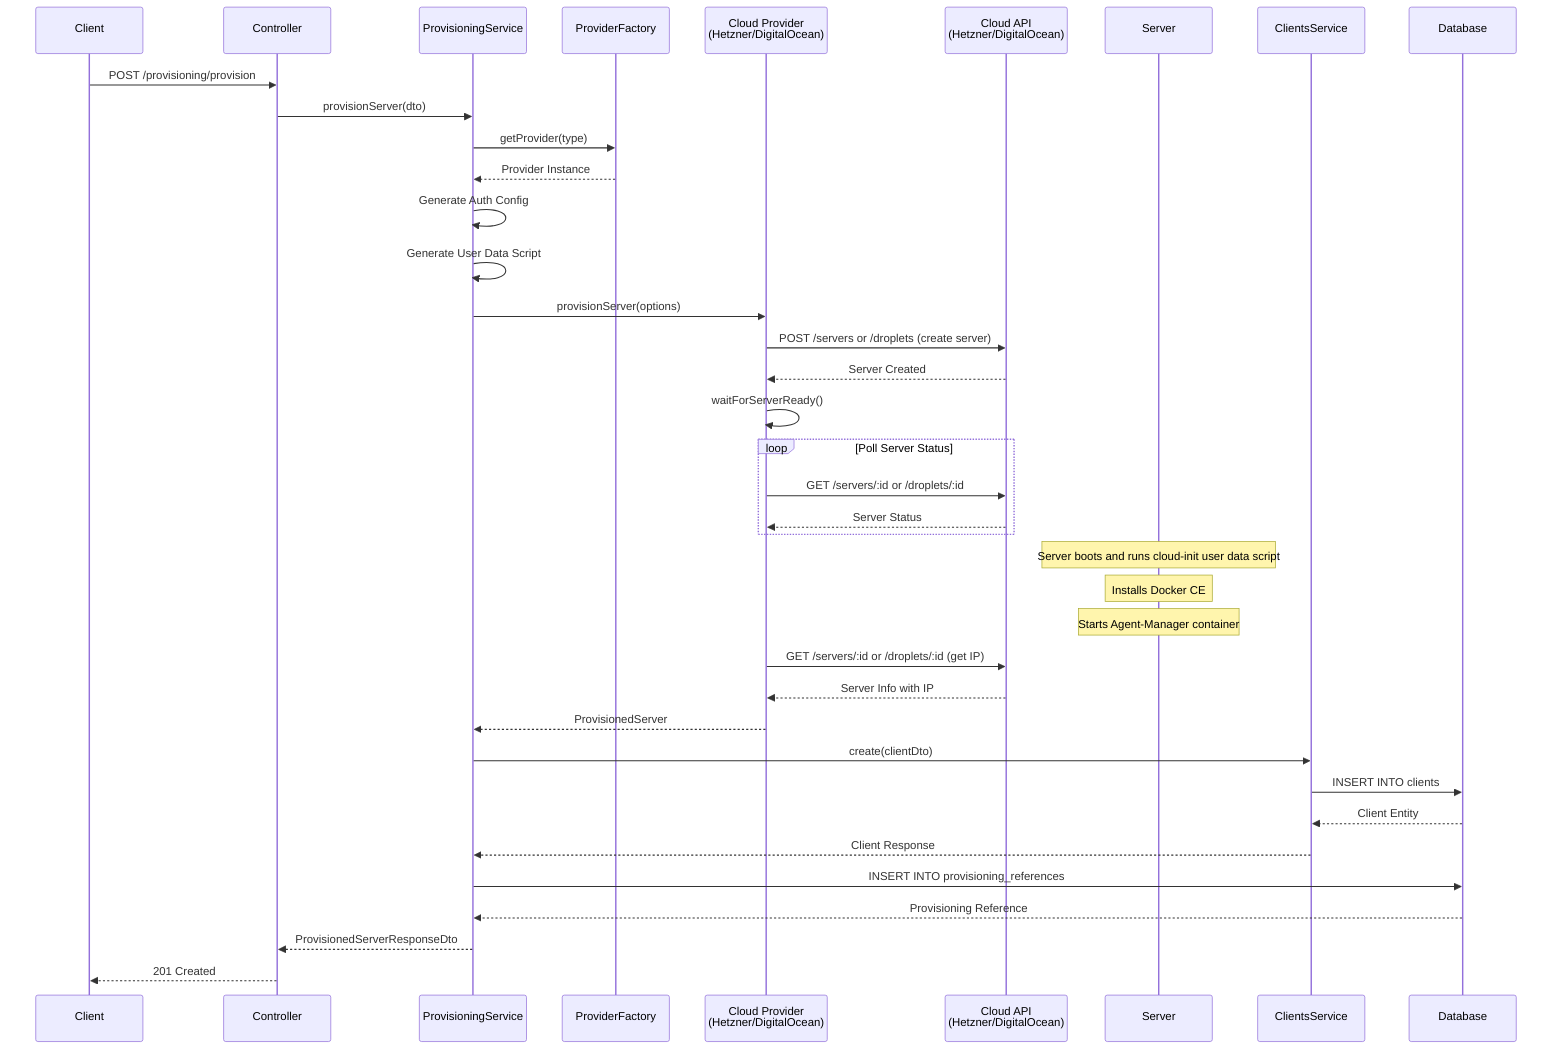
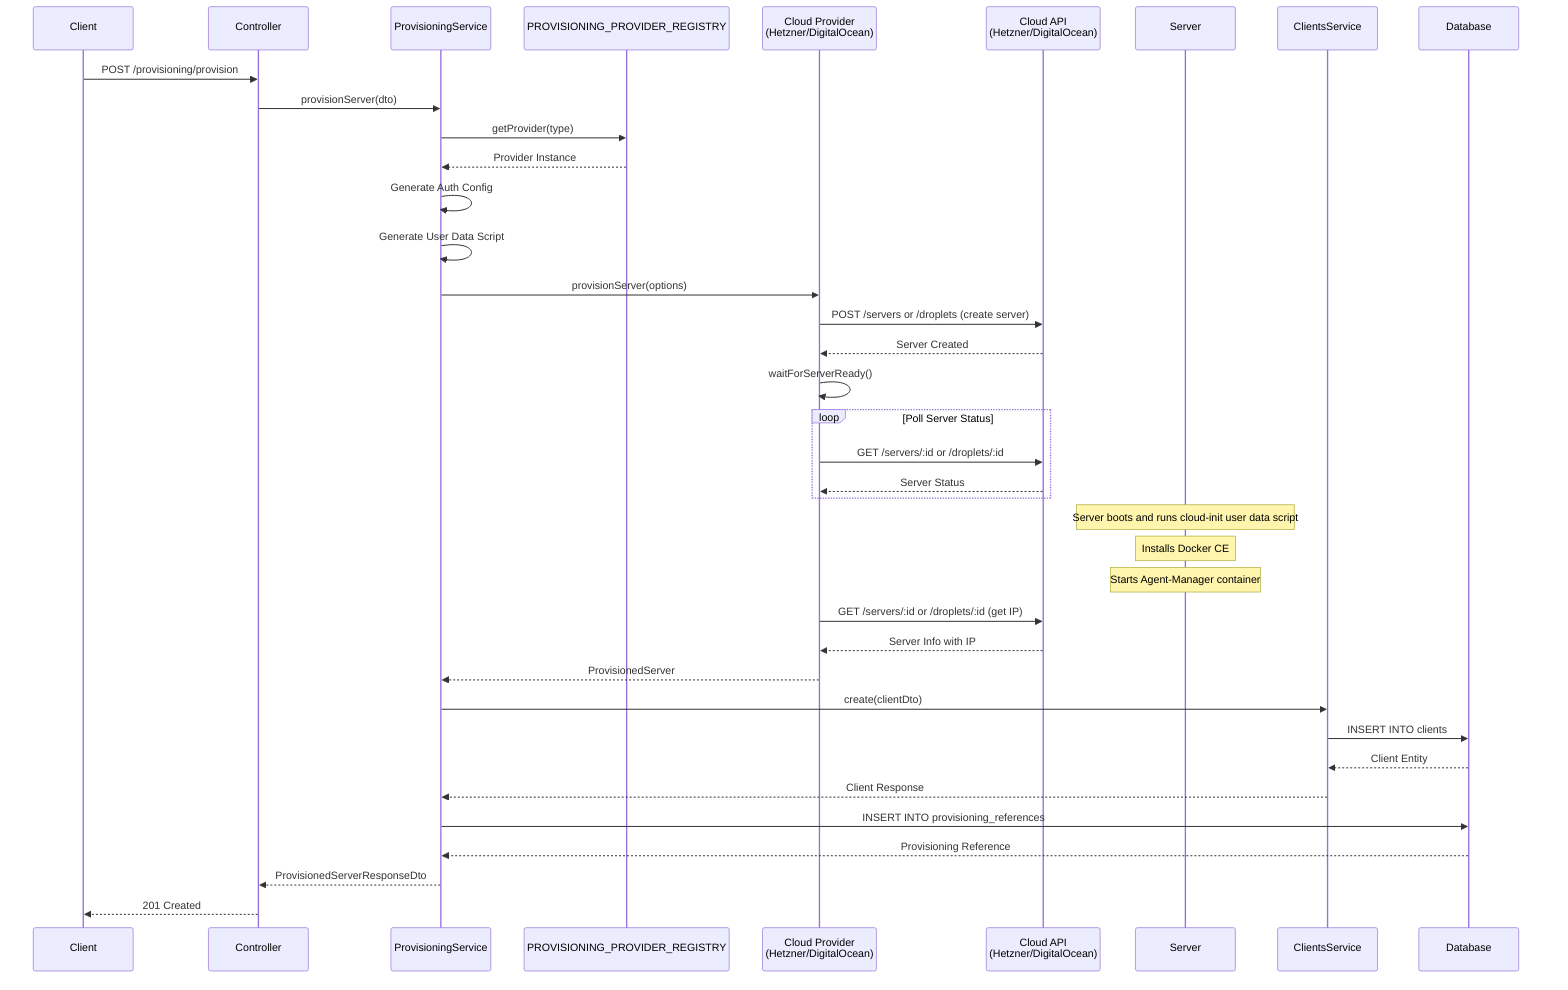
sequenceDiagram
    participant Client
    participant Controller
    participant ProvisioningService
-     participant ProviderFactory
+     participant Registry as PROVISIONING_PROVIDER_REGISTRY
    participant Provider as Cloud Provider<br/>(Hetzner/DigitalOcean)
    participant CloudAPI as Cloud API<br/>(Hetzner/DigitalOcean)
    participant Server
    participant ClientsService
    participant Database

    Client->>Controller: POST /provisioning/provision
    Controller->>ProvisioningService: provisionServer(dto)

-     ProvisioningService->>ProviderFactory: getProvider(type)
-     ProviderFactory-->>ProvisioningService: Provider Instance
+     ProvisioningService->>Registry: getProvider(type)
+     Registry-->>ProvisioningService: Provider Instance

    ProvisioningService->>ProvisioningService: Generate Auth Config
    ProvisioningService->>ProvisioningService: Generate User Data Script

    ProvisioningService->>Provider: provisionServer(options)
    Provider->>CloudAPI: POST /servers or /droplets (create server)
    CloudAPI-->>Provider: Server Created
    Provider->>Provider: waitForServerReady()

    loop Poll Server Status
        Provider->>CloudAPI: GET /servers/:id or /droplets/:id
        CloudAPI-->>Provider: Server Status
    end

    Note over Server: Server boots and runs cloud-init user data script
    Note over Server: Installs Docker CE
    Note over Server: Starts Agent-Manager container

    Provider->>CloudAPI: GET /servers/:id or /droplets/:id (get IP)
    CloudAPI-->>Provider: Server Info with IP
    Provider-->>ProvisioningService: ProvisionedServer

    ProvisioningService->>ClientsService: create(clientDto)
    ClientsService->>Database: INSERT INTO clients
    Database-->>ClientsService: Client Entity
    ClientsService-->>ProvisioningService: Client Response

    ProvisioningService->>Database: INSERT INTO provisioning_references
    Database-->>ProvisioningService: Provisioning Reference

    ProvisioningService-->>Controller: ProvisionedServerResponseDto
    Controller-->>Client: 201 Created
